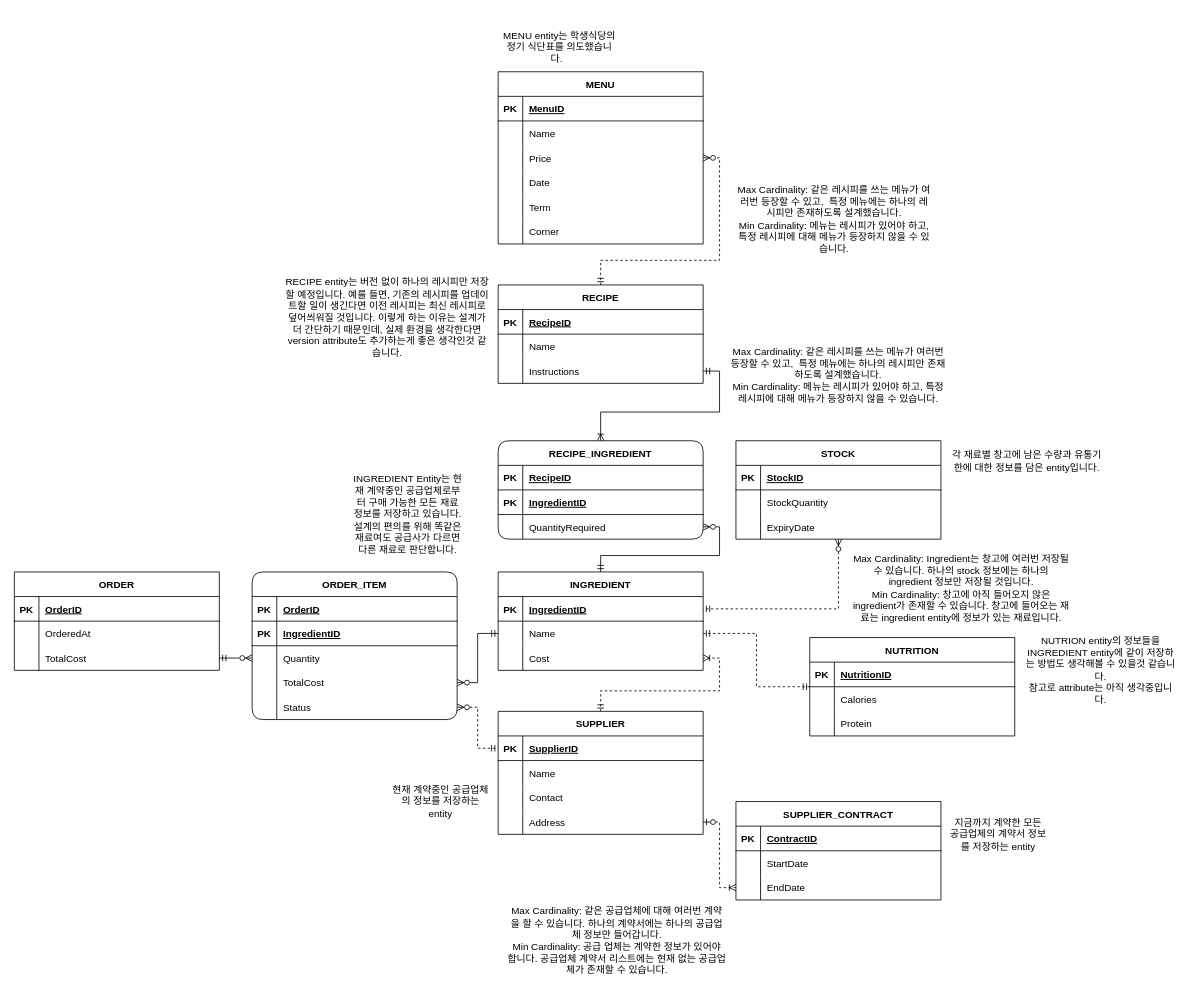
Earlier version of the draw.io diagram resource/FOOD_CRM.drawio (cryscham123/ERdiagram). Source tidied: cells renumbered, new cells numbered last; positions are measured from the earlier drawing's top-left corner, leaving out a move shared by most shapes. Both pictures are drawn from the tidied source at 82%, with x=0, y=0 at pixel (14, 14).
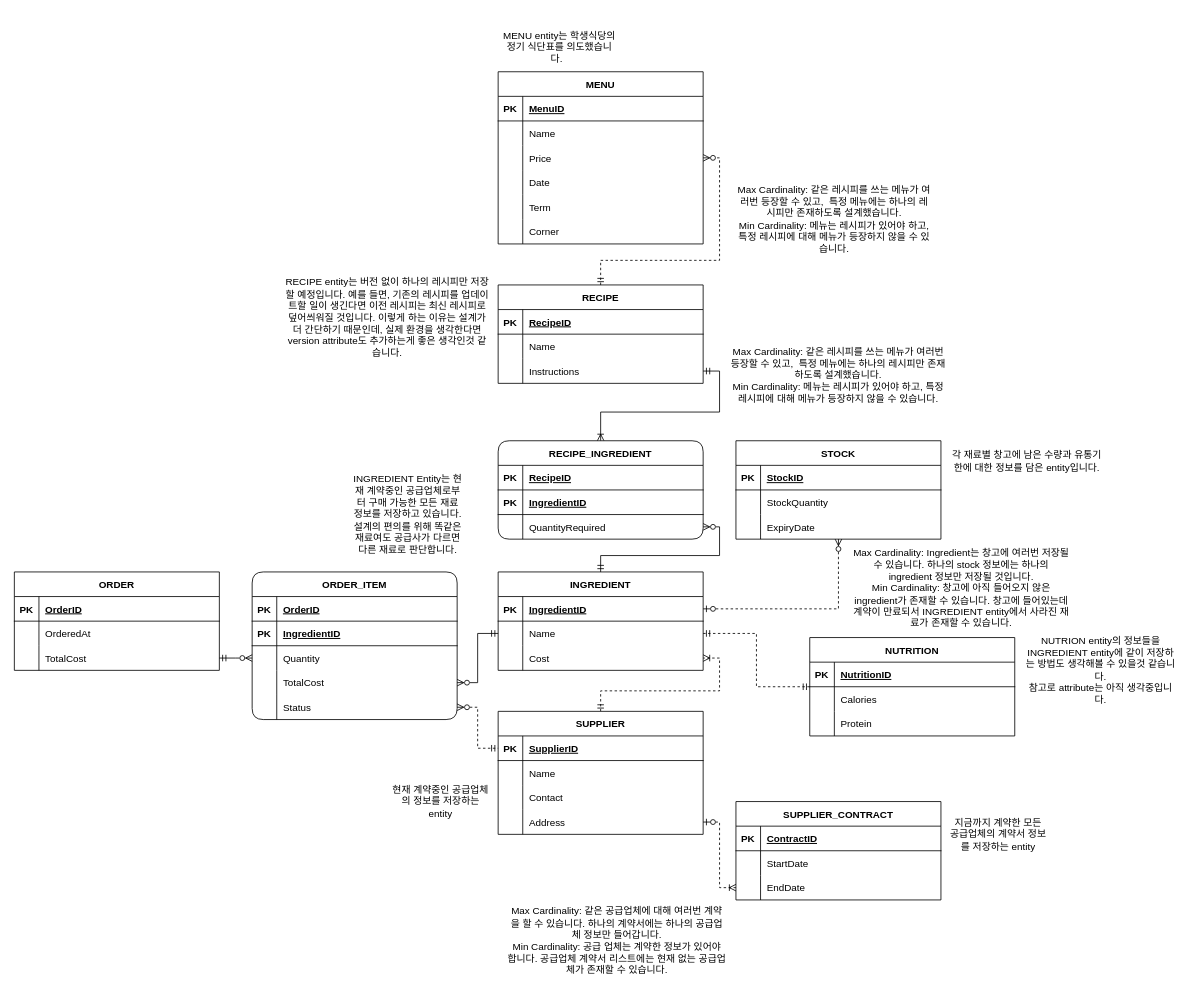
After the change.

The change refers to these unchanged cells:
```xml
<mxCell id="4" style="shape=partialRectangle;fillColor=none;points=[[0,0.5],[1,0.5]];portConstraint=eastwest;top=0;left=0;right=0;bottom=1;" parent="3" vertex="1">
  <mxGeometry y="30" width="250" height="30" as="geometry" />
</mxCell>
<mxCell id="105" value="STOCK" style="shape=table;startSize=30;childLayout=tableLayout;rowLines=0;fontStyle=1;align=center;" parent="1" vertex="1">
  <mxGeometry x="880" y="520" width="250" height="120" as="geometry" />
</mxCell>
```

The edit, as a diff of the source:
```diff
@@
-    <mxCell id="104" style="edgeStyle=orthogonalEdgeStyle;rounded=0;jettySize=auto;html=1;startArrow=ERzeroToMany;startFill=0;endArrow=ERmandOne;endFill=0;dashed=1;" parent="1" edge="1" source="105" target="4">
+    <mxCell id="104" style="edgeStyle=orthogonalEdgeStyle;rounded=0;jettySize=auto;html=1;startArrow=ERzeroToMany;startFill=0;endArrow=ERzeroToOne;endFill=0;dashed=1;" parent="1" edge="1" source="105" target="4">
       <mxGeometry relative="1" as="geometry" />
     </mxCell>
@@
-    <mxCell id="136" value="Max Cardinality: Ingredient는 창고에 여러번 저장될 수 있습니다. 하나의 stock 정보에는 하나의 ingredient 정보만 저장될 것입니다.&lt;div&gt;Min Cardinality: 창고에 아직 들어오지 않은 ingredient가 존재할 수 있습니다. 창고에 들어오는 재료는 ingredient entity에 정보가 있는 재료입니다.&lt;/div&gt;" style="text;html=1;align=center;verticalAlign=middle;whiteSpace=wrap;rounded=0;" parent="1" vertex="1">
+    <mxCell id="136" value="Max Cardinality: Ingredient는 창고에 여러번 저장될 수 있습니다. 하나의 stock 정보에는 하나의 ingredient 정보만 저장될 것입니다.&lt;div&gt;Min Cardinality: 창고에 아직 들어오지 않은 ingredient가 존재할 수 있습니다. 창고에 들어있는데 계약이 만료되서 INGREDIENT entity에서 사라진 재료가 존재할 수 있습니다.&lt;/div&gt;" style="text;html=1;align=center;verticalAlign=middle;whiteSpace=wrap;rounded=0;" parent="1" vertex="1">
       <mxGeometry x="1020" y="660" width="270" height="80" as="geometry" />
     </mxCell>
```
